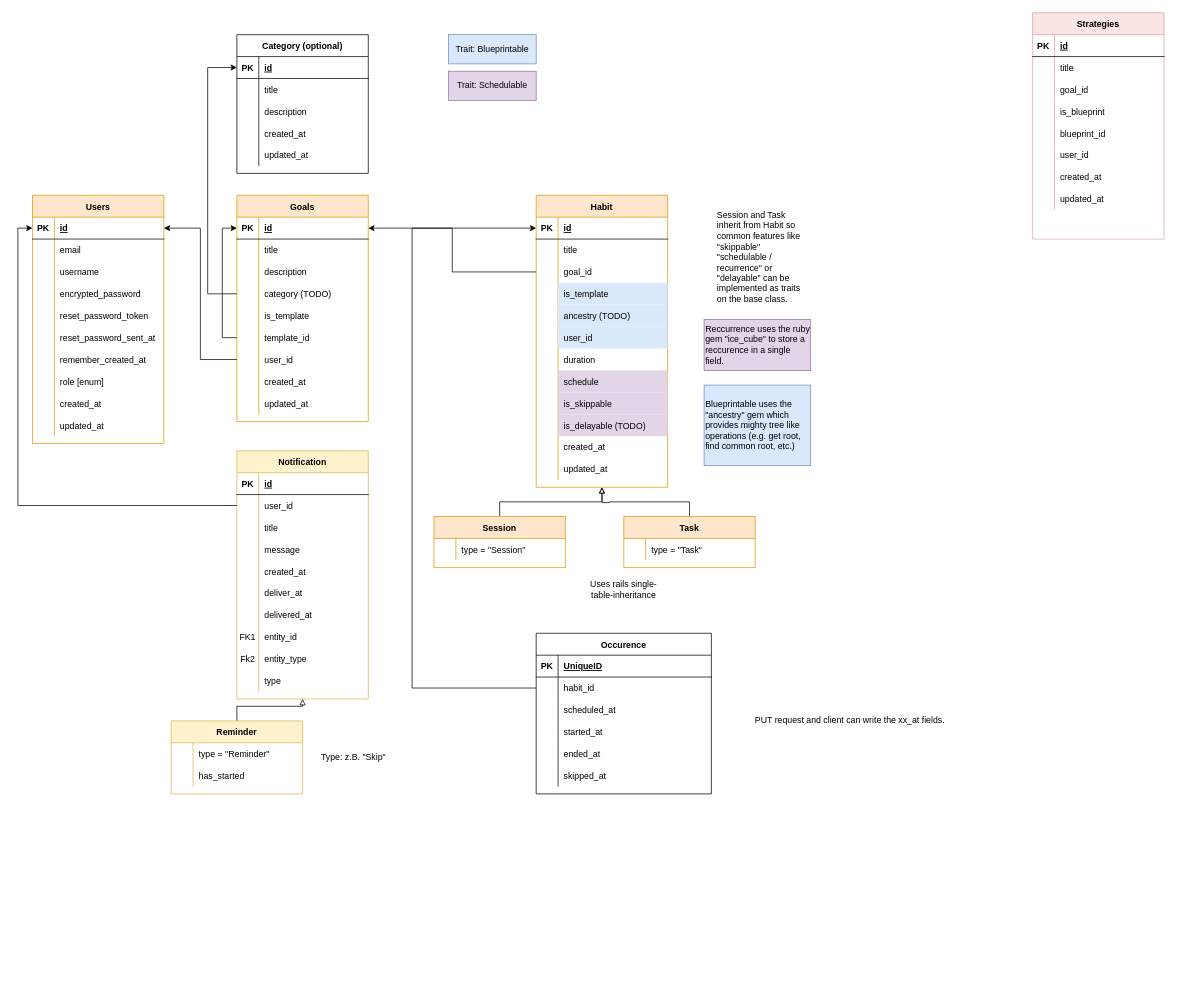
Above: reqs/DB Model.drawio in AlexanderLill/yahtapp-web (draw.io), before the change. Source tidied: cells renumbered, new cells numbered last; positions are measured from the earlier drawing's top-left corner, leaving out a move shared by most shapes. Both pictures are drawn from the tidied source at 73%, with x=0, y=0 at pixel (32, 12).
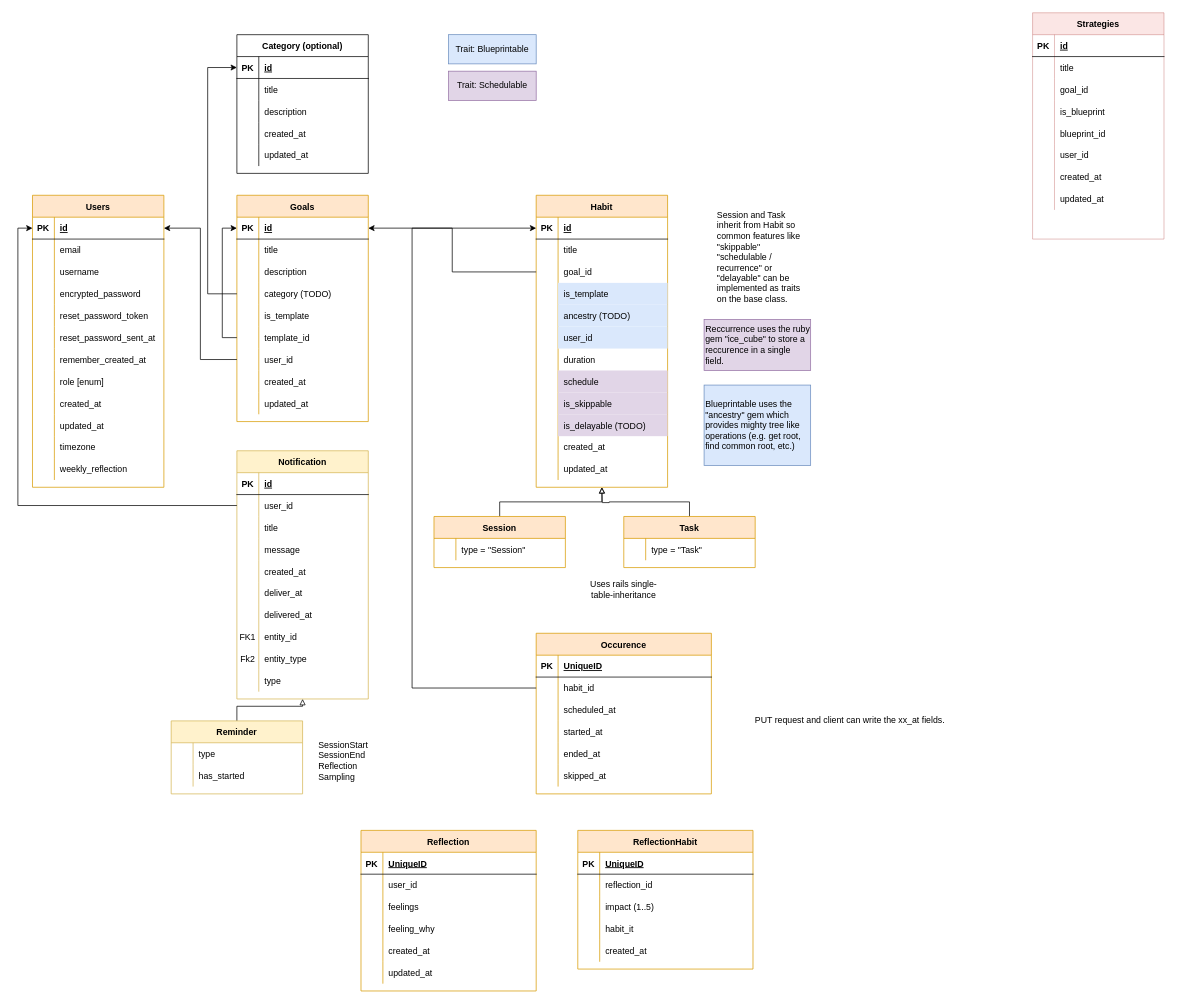
Above is the later version.

Unchanged cells that the change refers to:
```xml
<mxCell id="194" style="shape=partialRectangle;fillColor=none;top=0;left=0;bottom=0;right=0;" parent="193" vertex="1">
  <mxGeometry y="30" width="180" height="30" as="geometry" />
</mxCell>
```

What changed in the source:
```diff
@@
     <mxCell id="2" value="Users" style="shape=table;startSize=30;childLayout=tableLayout;rowLines=0;fontStyle=1;align=center;fillColor=#ffe6cc;strokeColor=#d79b00;" parent="1" vertex="1">
-      <mxGeometry y="250" width="180" height="340" as="geometry" />
+      <mxGeometry y="250" width="180" height="400" as="geometry" />
     </mxCell>
@@
+    <mxCell id="221" style="shape=partialRectangle;fillColor=none;top=0;left=0;bottom=0;right=0;" parent="2" vertex="1">
+      <mxGeometry y="330" width="180" height="30" as="geometry" />
+    </mxCell>
+    <mxCell id="222" style="shape=partialRectangle;fillColor=none;top=0;left=0;bottom=0;right=0;overflow=hidden;" parent="221" vertex="1">
+      <mxGeometry width="30" height="30" as="geometry" />
+    </mxCell>
+    <mxCell id="223" value="timezone" style="shape=partialRectangle;fillColor=none;top=0;left=0;bottom=0;right=0;align=left;spacingLeft=6;overflow=hidden;" parent="221" vertex="1">
+      <mxGeometry x="30" width="150" height="30" as="geometry" />
+    </mxCell>
+    <mxCell id="224" style="shape=partialRectangle;fillColor=none;top=0;left=0;bottom=0;right=0;" parent="2" vertex="1">
+      <mxGeometry y="360" width="180" height="30" as="geometry" />
+    </mxCell>
+    <mxCell id="225" style="shape=partialRectangle;fillColor=none;top=0;left=0;bottom=0;right=0;overflow=hidden;" parent="224" vertex="1">
+      <mxGeometry width="30" height="30" as="geometry" />
+    </mxCell>
+    <mxCell id="226" value="weekly_reflection" style="shape=partialRectangle;fillColor=none;top=0;left=0;bottom=0;right=0;align=left;spacingLeft=6;overflow=hidden;" parent="224" vertex="1">
+      <mxGeometry x="30" width="150" height="30" as="geometry" />
+    </mxCell>
@@
-    <mxCell id="182" value="Type: z.B. &quot;Skip&quot;" style="text;html=1;strokeColor=none;fillColor=none;align=center;verticalAlign=middle;whiteSpace=wrap;rounded=0;" parent="1" vertex="1">
-      <mxGeometry x="380" y="1010" width="120" height="20" as="geometry" />
+    <mxCell id="182" value="SessionStart&lt;br&gt;SessionEnd&lt;br&gt;Reflection&lt;br&gt;Sampling" style="text;html=1;strokeColor=none;fillColor=none;align=left;verticalAlign=middle;whiteSpace=wrap;rounded=0;" parent="1" vertex="1">
+      <mxGeometry x="390" y="980" width="120" height="90" as="geometry" />
     </mxCell>
@@
-    <mxCell id="196" value="type = &quot;Reminder&quot;" style="shape=partialRectangle;fillColor=none;top=0;left=0;bottom=0;right=0;align=left;spacingLeft=6;overflow=hidden;" parent="194" vertex="1">
+    <mxCell id="196" value="type" style="shape=partialRectangle;fillColor=none;top=0;left=0;bottom=0;right=0;align=left;spacingLeft=6;overflow=hidden;" parent="194" vertex="1">
       <mxGeometry x="30" width="150" height="30" as="geometry" />
     </mxCell>
@@
-    <mxCell id="200" value="Occurence" style="shape=table;startSize=30;childLayout=tableLayout;rowLines=0;fontStyle=1;align=center;" parent="1" vertex="1">
+    <mxCell id="200" value="Occurence" style="shape=table;startSize=30;childLayout=tableLayout;rowLines=0;fontStyle=1;align=center;fillColor=#ffe6cc;strokeColor=#d79b00;" parent="1" vertex="1">
       <mxGeometry x="690" y="850" width="240" height="220" as="geometry" />
     </mxCell>
@@
+    <mxCell id="227" value="Reflection" style="shape=table;startSize=30;childLayout=tableLayout;rowLines=0;fontStyle=1;align=center;fillColor=#ffe6cc;strokeColor=#d79b00;" parent="1" vertex="1">
+      <mxGeometry x="450" y="1120" width="240" height="220" as="geometry" />
+    </mxCell>
+    <mxCell id="228" style="shape=partialRectangle;fillColor=none;top=0;left=0;bottom=1;right=0;" parent="227" vertex="1">
+      <mxGeometry y="30" width="240" height="30" as="geometry" />
+    </mxCell>
+    <mxCell id="229" value="PK" style="shape=partialRectangle;fillColor=none;top=0;left=0;bottom=0;right=0;fontStyle=1;overflow=hidden;" parent="228" vertex="1">
+      <mxGeometry width="30" height="30" as="geometry" />
+    </mxCell>
+    <mxCell id="230" value="UniqueID" style="shape=partialRectangle;fillColor=none;top=0;left=0;bottom=0;right=0;align=left;spacingLeft=6;fontStyle=5;overflow=hidden;" parent="228" vertex="1">
+      <mxGeometry x="30" width="210" height="30" as="geometry" />
+    </mxCell>
+    <mxCell id="231" style="shape=partialRectangle;fillColor=none;top=0;left=0;bottom=0;right=0;" parent="227" vertex="1">
+      <mxGeometry y="60" width="240" height="30" as="geometry" />
+    </mxCell>
+    <mxCell id="232" style="shape=partialRectangle;fillColor=none;top=0;left=0;bottom=0;right=0;overflow=hidden;" parent="231" vertex="1">
+      <mxGeometry width="30" height="30" as="geometry" />
+    </mxCell>
+    <mxCell id="233" value="user_id" style="shape=partialRectangle;fillColor=none;top=0;left=0;bottom=0;right=0;align=left;spacingLeft=6;overflow=hidden;" parent="231" vertex="1">
+      <mxGeometry x="30" width="210" height="30" as="geometry" />
+    </mxCell>
+    <mxCell id="234" style="shape=partialRectangle;fillColor=none;top=0;left=0;bottom=0;right=0;" parent="227" vertex="1">
+      <mxGeometry y="90" width="240" height="30" as="geometry" />
+    </mxCell>
+    <mxCell id="235" style="shape=partialRectangle;fillColor=none;top=0;left=0;bottom=0;right=0;overflow=hidden;" parent="234" vertex="1">
+      <mxGeometry width="30" height="30" as="geometry" />
+    </mxCell>
+    <mxCell id="236" value="feelings" style="shape=partialRectangle;fillColor=none;top=0;left=0;bottom=0;right=0;align=left;spacingLeft=6;overflow=hidden;" parent="234" vertex="1">
+      <mxGeometry x="30" width="210" height="30" as="geometry" />
+    </mxCell>
+    <mxCell id="237" style="shape=partialRectangle;fillColor=none;top=0;left=0;bottom=0;right=0;" parent="227" vertex="1">
+      <mxGeometry y="120" width="240" height="30" as="geometry" />
+    </mxCell>
+    <mxCell id="238" style="shape=partialRectangle;fillColor=none;top=0;left=0;bottom=0;right=0;overflow=hidden;" parent="237" vertex="1">
+      <mxGeometry width="30" height="30" as="geometry" />
+    </mxCell>
+    <mxCell id="239" value="feeling_why" style="shape=partialRectangle;fillColor=none;top=0;left=0;bottom=0;right=0;align=left;spacingLeft=6;overflow=hidden;" parent="237" vertex="1">
+      <mxGeometry x="30" width="210" height="30" as="geometry" />
+    </mxCell>
+    <mxCell id="240" style="shape=partialRectangle;fillColor=none;top=0;left=0;bottom=0;right=0;" parent="227" vertex="1">
+      <mxGeometry y="150" width="240" height="30" as="geometry" />
+    </mxCell>
+    <mxCell id="241" style="shape=partialRectangle;fillColor=none;top=0;left=0;bottom=0;right=0;overflow=hidden;" parent="240" vertex="1">
+      <mxGeometry width="30" height="30" as="geometry" />
+    </mxCell>
+    <mxCell id="242" value="created_at" style="shape=partialRectangle;fillColor=none;top=0;left=0;bottom=0;right=0;align=left;spacingLeft=6;overflow=hidden;" parent="240" vertex="1">
+      <mxGeometry x="30" width="210" height="30" as="geometry" />
+    </mxCell>
+    <mxCell id="243" style="shape=partialRectangle;fillColor=none;top=0;left=0;bottom=0;right=0;" parent="227" vertex="1">
+      <mxGeometry y="180" width="240" height="30" as="geometry" />
+    </mxCell>
+    <mxCell id="244" style="shape=partialRectangle;fillColor=none;top=0;left=0;bottom=0;right=0;overflow=hidden;" parent="243" vertex="1">
+      <mxGeometry width="30" height="30" as="geometry" />
+    </mxCell>
+    <mxCell id="245" value="updated_at" style="shape=partialRectangle;fillColor=none;top=0;left=0;bottom=0;right=0;align=left;spacingLeft=6;overflow=hidden;" parent="243" vertex="1">
+      <mxGeometry x="30" width="210" height="30" as="geometry" />
+    </mxCell>
+    <mxCell id="246" value="ReflectionHabit" style="shape=table;startSize=30;childLayout=tableLayout;rowLines=0;fontStyle=1;align=center;fillColor=#ffe6cc;strokeColor=#d79b00;" parent="1" vertex="1">
+      <mxGeometry x="747" y="1120" width="240" height="190" as="geometry" />
+    </mxCell>
+    <mxCell id="247" style="shape=partialRectangle;fillColor=none;top=0;left=0;bottom=1;right=0;" parent="246" vertex="1">
+      <mxGeometry y="30" width="240" height="30" as="geometry" />
+    </mxCell>
+    <mxCell id="248" value="PK" style="shape=partialRectangle;fillColor=none;top=0;left=0;bottom=0;right=0;fontStyle=1;overflow=hidden;" parent="247" vertex="1">
+      <mxGeometry width="30" height="30" as="geometry" />
+    </mxCell>
+    <mxCell id="249" value="UniqueID" style="shape=partialRectangle;fillColor=none;top=0;left=0;bottom=0;right=0;align=left;spacingLeft=6;fontStyle=5;overflow=hidden;" parent="247" vertex="1">
+      <mxGeometry x="30" width="210" height="30" as="geometry" />
+    </mxCell>
+    <mxCell id="250" style="shape=partialRectangle;fillColor=none;top=0;left=0;bottom=0;right=0;" parent="246" vertex="1">
+      <mxGeometry y="60" width="240" height="30" as="geometry" />
+    </mxCell>
+    <mxCell id="251" style="shape=partialRectangle;fillColor=none;top=0;left=0;bottom=0;right=0;overflow=hidden;" parent="250" vertex="1">
+      <mxGeometry width="30" height="30" as="geometry" />
+    </mxCell>
+    <mxCell id="252" value="reflection_id" style="shape=partialRectangle;fillColor=none;top=0;left=0;bottom=0;right=0;align=left;spacingLeft=6;overflow=hidden;" parent="250" vertex="1">
+      <mxGeometry x="30" width="210" height="30" as="geometry" />
+    </mxCell>
+    <mxCell id="253" style="shape=partialRectangle;fillColor=none;top=0;left=0;bottom=0;right=0;" parent="246" vertex="1">
+      <mxGeometry y="90" width="240" height="30" as="geometry" />
+    </mxCell>
+    <mxCell id="254" style="shape=partialRectangle;fillColor=none;top=0;left=0;bottom=0;right=0;overflow=hidden;" parent="253" vertex="1">
+      <mxGeometry width="30" height="30" as="geometry" />
+    </mxCell>
+    <mxCell id="255" value="impact (1..5)" style="shape=partialRectangle;fillColor=none;top=0;left=0;bottom=0;right=0;align=left;spacingLeft=6;overflow=hidden;" parent="253" vertex="1">
+      <mxGeometry x="30" width="210" height="30" as="geometry" />
+    </mxCell>
+    <mxCell id="256" style="shape=partialRectangle;fillColor=none;top=0;left=0;bottom=0;right=0;" parent="246" vertex="1">
+      <mxGeometry y="120" width="240" height="30" as="geometry" />
+    </mxCell>
+    <mxCell id="257" style="shape=partialRectangle;fillColor=none;top=0;left=0;bottom=0;right=0;overflow=hidden;" parent="256" vertex="1">
+      <mxGeometry width="30" height="30" as="geometry" />
+    </mxCell>
+    <mxCell id="258" value="habit_it" style="shape=partialRectangle;fillColor=none;top=0;left=0;bottom=0;right=0;align=left;spacingLeft=6;overflow=hidden;" parent="256" vertex="1">
+      <mxGeometry x="30" width="210" height="30" as="geometry" />
+    </mxCell>
+    <mxCell id="259" style="shape=partialRectangle;fillColor=none;top=0;left=0;bottom=0;right=0;" parent="246" vertex="1">
+      <mxGeometry y="150" width="240" height="30" as="geometry" />
+    </mxCell>
+    <mxCell id="260" style="shape=partialRectangle;fillColor=none;top=0;left=0;bottom=0;right=0;overflow=hidden;" parent="259" vertex="1">
+      <mxGeometry width="30" height="30" as="geometry" />
+    </mxCell>
+    <mxCell id="261" value="created_at" style="shape=partialRectangle;fillColor=none;top=0;left=0;bottom=0;right=0;align=left;spacingLeft=6;overflow=hidden;" parent="259" vertex="1">
+      <mxGeometry x="30" width="210" height="30" as="geometry" />
+    </mxCell>
```
